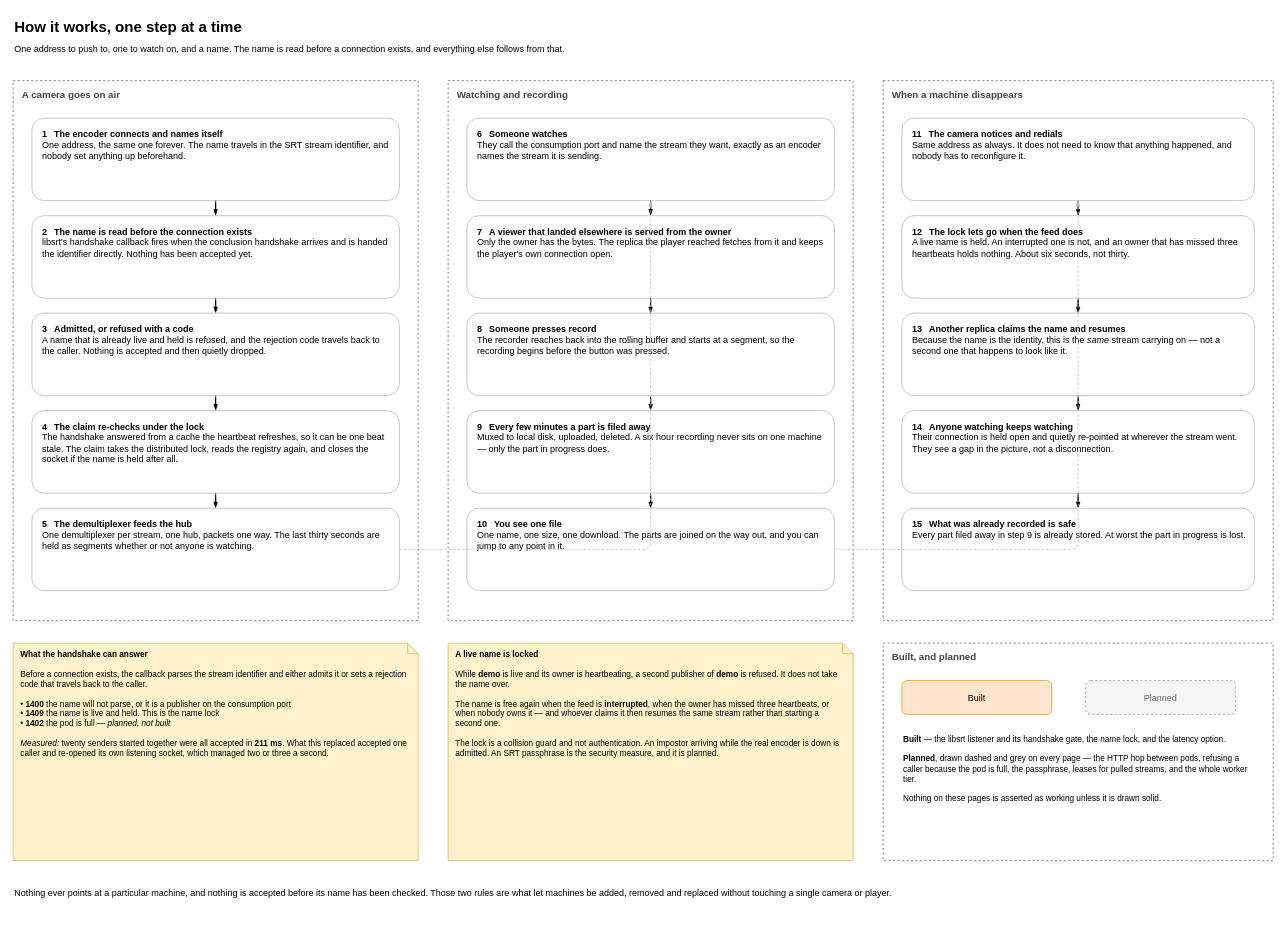
Above: page "Step by step" (1 of 4) of docs/video-server.drawio in magasb1/dotnet-architecture-patterns (draw.io), before the change. Source tidied: cells renumbered, new cells numbered last; positions are measured from the earlier drawing's top-left corner, leaving out a move shared by most shapes. Both pictures are drawn from the tidied source at 75%, with x=0, y=0 at pixel (13, 13).
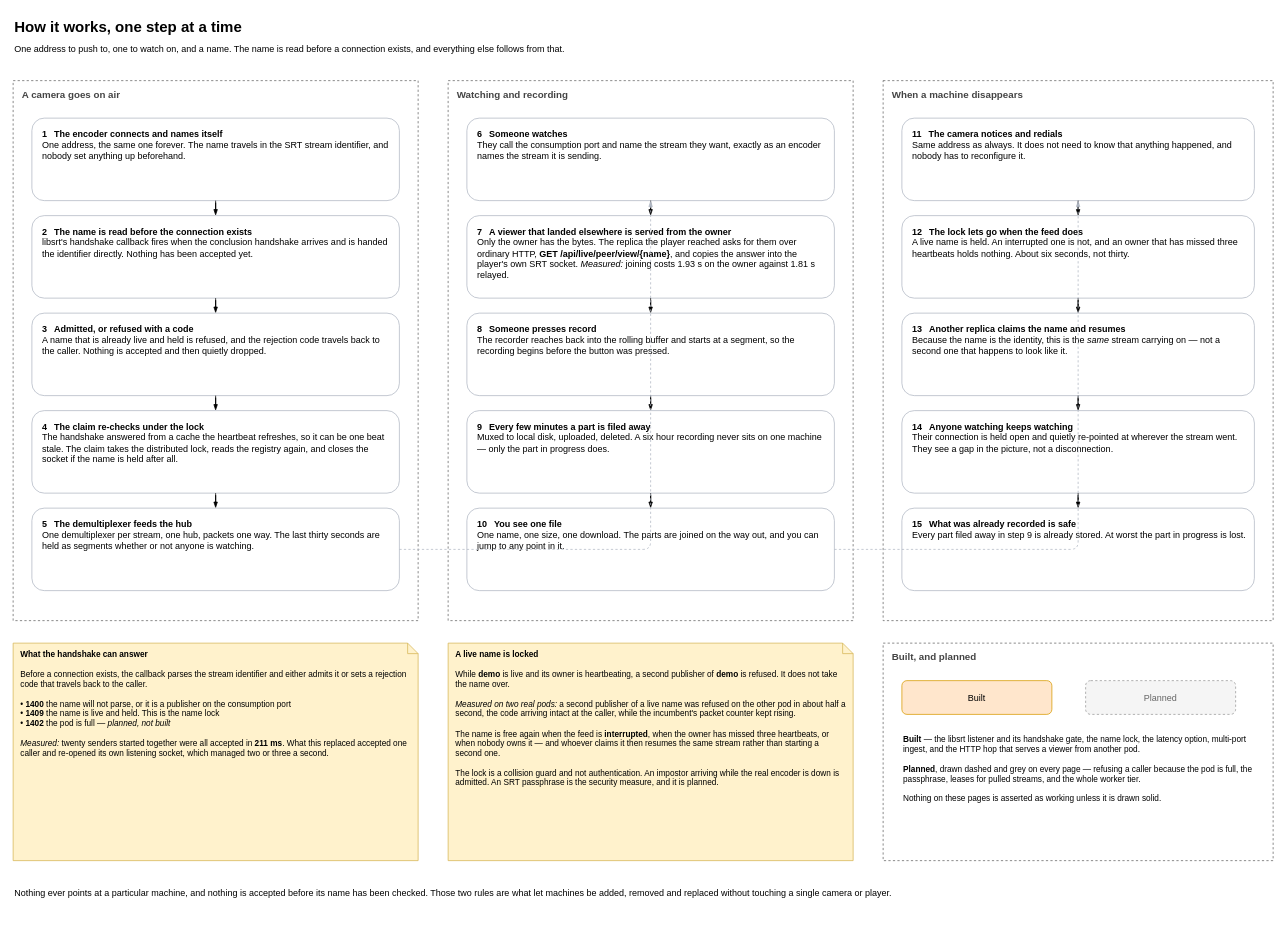
After the change.

Commit message (it also covers changes not shown here):
Redraw the diagram for the HTTP hop and multi-port ingest

Change to the diagram source:
```diff
@@
-    <mxCell id="16" value="&lt;b&gt;7 &amp;#8194;A viewer that landed elsewhere is served from the owner&lt;/b&gt;&lt;br/&gt;Only the owner has the bytes. The replica the player reached fetches from it and keeps the player's own connection open." style="rounded=1;whiteSpace=wrap;html=1;align=center;verticalAlign=middle;fontSize=12;fillColor=#ffffff;strokeColor=#b0b7c3;align=left;verticalAlign=top;spacingLeft=12;spacingTop=8;spacingRight=10;" parent="1" vertex="1">
+    <mxCell id="16" value="&lt;b&gt;7 &amp;#8194;A viewer that landed elsewhere is served from the owner&lt;/b&gt;&lt;br/&gt;Only the owner has the bytes. The replica the player reached asks for them over ordinary HTTP, &lt;b&gt;GET /api/live/peer/view/{name}&lt;/b&gt;, and copies the answer into the player's own SRT socket. &lt;i&gt;Measured:&lt;/i&gt; joining costs 1.93 s on the owner against 1.81 s relayed." style="rounded=1;whiteSpace=wrap;html=1;align=center;verticalAlign=middle;fontSize=12;fillColor=#ffffff;strokeColor=#b0b7c3;align=left;verticalAlign=top;spacingLeft=12;spacingTop=8;spacingRight=10;" parent="1" vertex="1">
       <mxGeometry x="605" y="270" width="490" height="110" as="geometry" />
     </mxCell>
@@
-    <mxCell id="37" value="&lt;b&gt;A live name is locked&lt;/b&gt;&lt;br/&gt;&lt;br/&gt;While &lt;b&gt;demo&lt;/b&gt; is live and its owner is heartbeating, a second publisher of &lt;b&gt;demo&lt;/b&gt; is refused. It does not take the name over.&lt;br/&gt;&lt;br/&gt;The name is free again when the feed is &lt;b&gt;interrupted&lt;/b&gt;, when the owner has missed three heartbeats, or when nobody owns it &amp;#8212; and whoever claims it then resumes the same stream rather than starting a second one.&lt;br/&gt;&lt;br/&gt;The lock is a collision guard and not authentication. An impostor arriving while the real encoder is down is admitted. An SRT passphrase is the security measure, and it is planned." style="shape=note;whiteSpace=wrap;html=1;size=14;verticalAlign=top;align=left;spacingLeft=8;spacingTop=2;spacingRight=8;fillColor=#fff2cc;strokeColor=#d6b656;fontSize=11;" parent="1" vertex="1">
+    <mxCell id="37" value="&lt;b&gt;A live name is locked&lt;/b&gt;&lt;br/&gt;&lt;br/&gt;While &lt;b&gt;demo&lt;/b&gt; is live and its owner is heartbeating, a second publisher of &lt;b&gt;demo&lt;/b&gt; is refused. It does not take the name over.&lt;br/&gt;&lt;br/&gt;&lt;i&gt;Measured on two real pods:&lt;/i&gt; a second publisher of a live name was refused on the other pod in about half a second, the code arriving intact at the caller, while the incumbent's packet counter kept rising.&lt;br/&gt;&lt;br/&gt;The name is free again when the feed is &lt;b&gt;interrupted&lt;/b&gt;, when the owner has missed three heartbeats, or when nobody owns it &amp;#8212; and whoever claims it then resumes the same stream rather than starting a second one.&lt;br/&gt;&lt;br/&gt;The lock is a collision guard and not authentication. An impostor arriving while the real encoder is down is admitted. An SRT passphrase is the security measure, and it is planned." style="shape=note;whiteSpace=wrap;html=1;size=14;verticalAlign=top;align=left;spacingLeft=8;spacingTop=2;spacingRight=8;fillColor=#fff2cc;strokeColor=#d6b656;fontSize=11;" parent="1" vertex="1">
       <mxGeometry x="580" y="840" width="540" height="290" as="geometry" />
     </mxCell>
@@
-    <mxCell id="41" value="&lt;b&gt;Built&lt;/b&gt; &amp;#8212; the libsrt listener and its handshake gate, the name lock, and the latency option.&lt;br/&gt;&lt;br/&gt;&lt;b&gt;Planned&lt;/b&gt;, drawn dashed and grey on every page &amp;#8212; the HTTP hop between pods, refusing a caller because the pod is full, the passphrase, leases for pulled streams, and the whole worker tier.&lt;br/&gt;&lt;br/&gt;Nothing on these pages is asserted as working unless it is drawn solid." style="text;html=1;align=left;verticalAlign=top;whiteSpace=wrap;fontSize=11;" parent="1" vertex="1">
+    <mxCell id="41" value="&lt;b&gt;Built&lt;/b&gt; &amp;#8212; the libsrt listener and its handshake gate, the name lock, the latency option, multi-port ingest, and the HTTP hop that serves a viewer from another pod.&lt;br/&gt;&lt;br/&gt;&lt;b&gt;Planned&lt;/b&gt;, drawn dashed and grey on every page &amp;#8212; refusing a caller because the pod is full, the passphrase, leases for pulled streams, and the whole worker tier.&lt;br/&gt;&lt;br/&gt;Nothing on these pages is asserted as working unless it is drawn solid." style="text;html=1;align=left;verticalAlign=top;whiteSpace=wrap;fontSize=11;" parent="1" vertex="1">
       <mxGeometry x="1185" y="955" width="470" height="160" as="geometry" />
     </mxCell>
```
